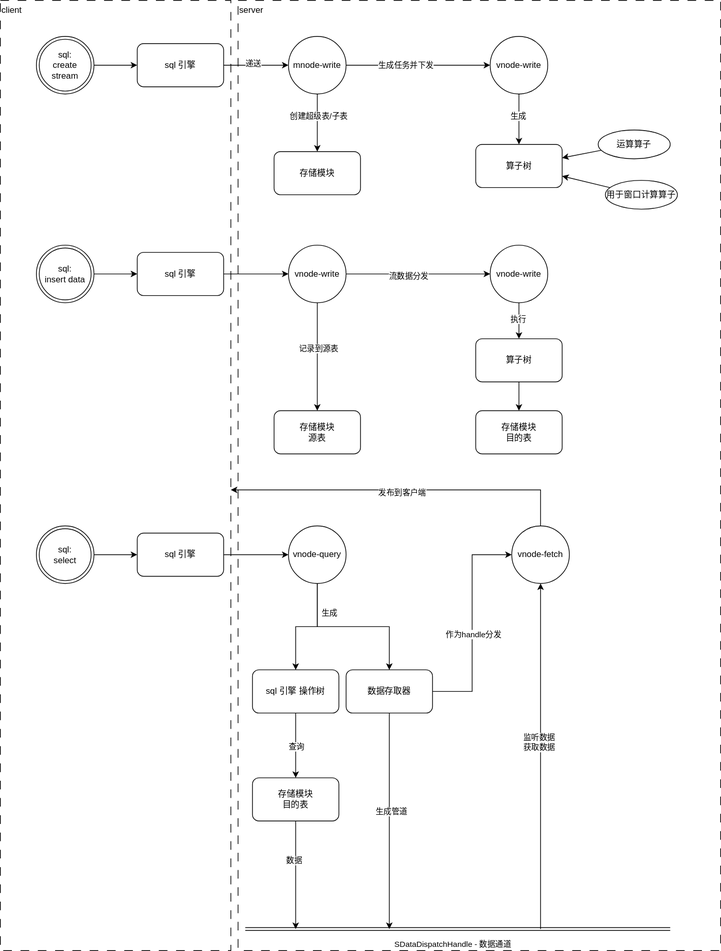
The draw.io diagram image/TDengine_stream_framework.drawio.svg in iTheds/itheds.github.io, before a commit. Source tidied: cells renumbered, new cells last; positions are measured from the earlier drawing's top-left corner, leaving out a move shared by most shapes.
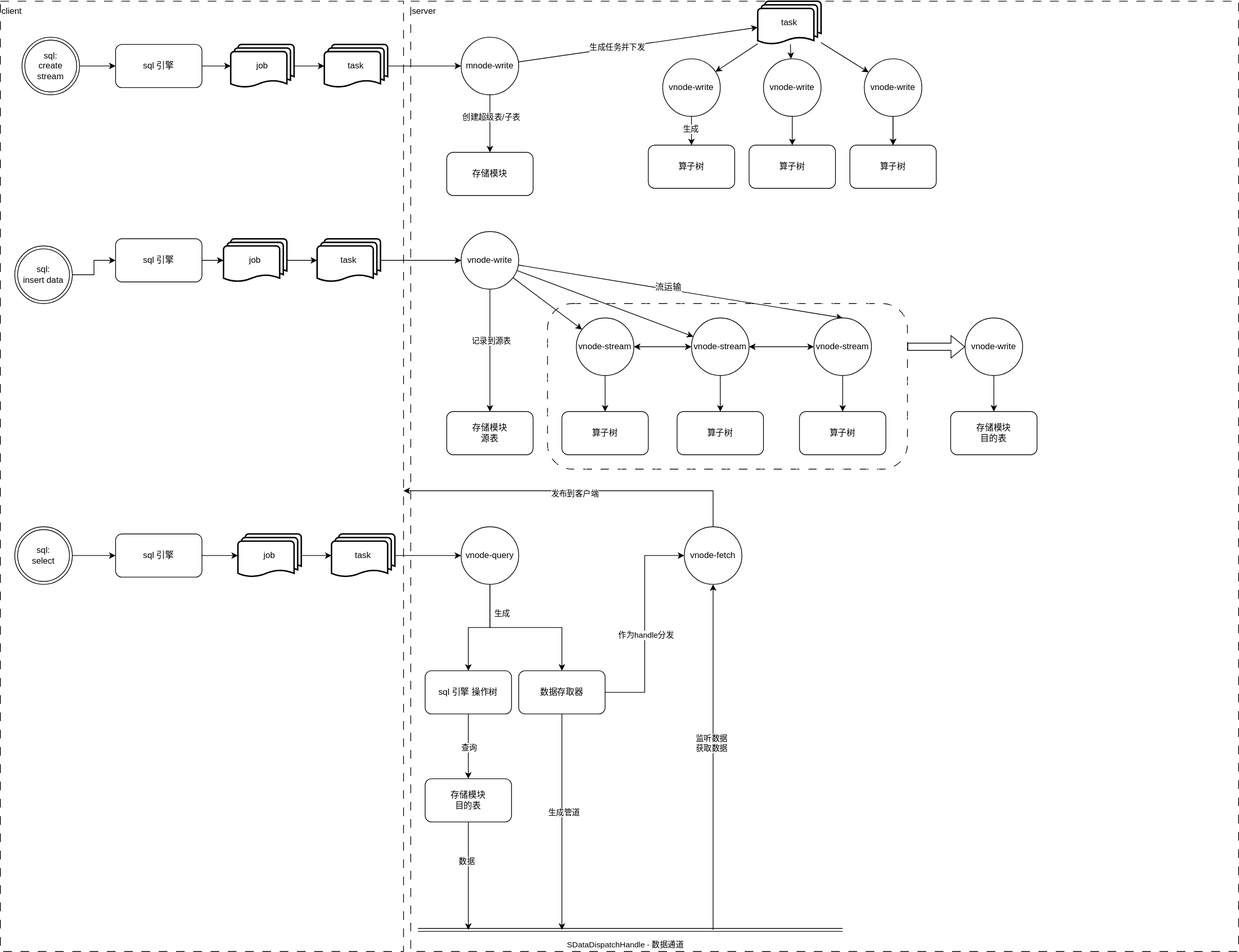
Above is the later version.

Commit message:
Update come from Debian-System-Work

Diff of the diagram source:
```diff
@@ -2,31 +2,29 @@
   <root>
     <mxCell id="0" />
     <mxCell id="1" parent="0" />
+    <mxCell id="65" style="rounded=1;whiteSpace=wrap;html=1;dashed=1;dashPattern=12 12;fillStyle=hatch;strokeColor=default;fontFamily=Helvetica;fontSize=12;fontColor=default;fillColor=default;" parent="1" vertex="1">
+      <mxGeometry x="520" y="420" width="500" height="230" as="geometry" />
+    </mxCell>
     <mxCell id="2" value="server" style="rounded=0;whiteSpace=wrap;html=1;dashed=1;dashPattern=12 12;fillStyle=hatch;align=left;verticalAlign=top;" parent="1" vertex="1">
-      <mxGeometry x="330" width="670" height="1320" as="geometry" />
+      <mxGeometry x="330" width="1150" height="1320" as="geometry" />
     </mxCell>
     <mxCell id="3" value="&lt;div&gt;client&lt;br&gt;&lt;/div&gt;" style="rounded=0;whiteSpace=wrap;html=1;dashed=1;dashPattern=12 12;fillStyle=hatch;align=left;verticalAlign=top;" parent="1" vertex="1">
-      <mxGeometry width="320" height="1320" as="geometry" />
+      <mxGeometry x="-240" width="560" height="1320" as="geometry" />
     </mxCell>
     <mxCell id="4" style="edgeStyle=orthogonalEdgeStyle;rounded=0;jettySize=auto;html=1;exitX=1;exitY=0.5;exitDx=0;exitDy=0;" parent="1" edge="1" source="5" target="9">
       <mxGeometry relative="1" as="geometry" />
     </mxCell>
     <mxCell id="5" value="sql:&lt;div&gt;create stream&lt;br&gt;&lt;/div&gt;" style="ellipse;shape=doubleEllipse;whiteSpace=wrap;html=1;" parent="1" vertex="1">
-      <mxGeometry x="50" y="50" width="80" height="80" as="geometry" />
+      <mxGeometry x="-210" y="50" width="80" height="80" as="geometry" />
     </mxCell>
     <mxCell id="6" value="算子树" style="rounded=1;whiteSpace=wrap;html=1;" parent="1" vertex="1">
       <mxGeometry x="660" y="200" width="120" height="60" as="geometry" />
     </mxCell>
-    <mxCell id="7" style="edgeStyle=orthogonalEdgeStyle;rounded=0;jettySize=auto;html=1;" parent="1" edge="1" source="9" target="21">
-      <mxGeometry relative="1" as="geometry" />
-    </mxCell>
-    <mxCell id="8" value="递送" style="edgeLabel;html=1;align=center;verticalAlign=middle;" parent="7" vertex="1">
-      <mxGeometry x="-0.31" y="3" relative="1" as="geometry">
-        <mxPoint x="9" as="offset" />
-      </mxGeometry>
-    </mxCell>
+    <mxCell id="66" style="edgeStyle=orthogonalEdgeStyle;rounded=0;jettySize=auto;html=1;fontFamily=Helvetica;fontSize=12;fontColor=default;" parent="1" edge="1" source="9" target="75">
+      <mxGeometry relative="1" as="geometry" />
+    </mxCell>
     <mxCell id="9" value="sql 引擎" style="rounded=1;whiteSpace=wrap;html=1;" parent="1" vertex="1">
-      <mxGeometry x="190" y="60" width="120" height="60" as="geometry" />
+      <mxGeometry x="-80" y="60" width="120" height="60" as="geometry" />
     </mxCell>
     <mxCell id="10" style="edgeStyle=orthogonalEdgeStyle;rounded=0;jettySize=auto;html=1;" parent="1" edge="1" source="12" target="6">
       <mxGeometry relative="1" as="geometry" />
@@ -35,21 +33,21 @@
       <mxGeometry x="-0.15" y="-2" relative="1" as="geometry" />
     </mxCell>
     <mxCell id="12" value="vnode-write" style="ellipse;whiteSpace=wrap;html=1;" parent="1" vertex="1">
-      <mxGeometry x="680" y="50" width="80" height="80" as="geometry" />
+      <mxGeometry x="680" y="80" width="80" height="80" as="geometry" />
     </mxCell>
     <mxCell id="13" style="edgeStyle=orthogonalEdgeStyle;rounded=0;jettySize=auto;html=1;" parent="1" edge="1" source="14" target="32">
       <mxGeometry relative="1" as="geometry" />
     </mxCell>
     <mxCell id="14" value="&lt;div&gt;sql:&lt;/div&gt;&lt;div&gt;insert data&lt;/div&gt;" style="ellipse;shape=doubleEllipse;whiteSpace=wrap;html=1;" parent="1" vertex="1">
-      <mxGeometry x="50" y="340" width="80" height="80" as="geometry" />
+      <mxGeometry x="-220" y="340" width="80" height="80" as="geometry" />
     </mxCell>
     <mxCell id="15" style="edgeStyle=orthogonalEdgeStyle;rounded=0;jettySize=auto;html=1;" parent="1" edge="1" source="16" target="39">
       <mxGeometry relative="1" as="geometry" />
     </mxCell>
     <mxCell id="16" value="&lt;div&gt;sql:&lt;/div&gt;&lt;div&gt;select&lt;/div&gt;" style="ellipse;shape=doubleEllipse;whiteSpace=wrap;html=1;" parent="1" vertex="1">
-      <mxGeometry x="50" y="730" width="80" height="80" as="geometry" />
+      <mxGeometry x="-220" y="730" width="80" height="80" as="geometry" />
     </mxCell>
-    <mxCell id="17" style="edgeStyle=orthogonalEdgeStyle;rounded=0;jettySize=auto;html=1;exitX=1;exitY=0.5;exitDx=0;exitDy=0;" parent="1" edge="1" source="21" target="12">
+    <mxCell id="17" style="rounded=0;jettySize=auto;html=1;" parent="1" edge="1" source="21" target="96">
       <mxGeometry relative="1" as="geometry" />
     </mxCell>
     <mxCell id="18" value="生成任务并下发" style="edgeLabel;html=1;align=center;verticalAlign=middle;" parent="17" vertex="1">
@@ -64,59 +62,47 @@
     <mxCell id="21" value="mnode-write" style="ellipse;whiteSpace=wrap;html=1;" parent="1" vertex="1">
       <mxGeometry x="400" y="50" width="80" height="80" as="geometry" />
     </mxCell>
-    <mxCell id="22" style="rounded=0;jettySize=auto;html=1;" parent="1" edge="1" source="23" target="6">
-      <mxGeometry relative="1" as="geometry" />
-    </mxCell>
-    <mxCell id="23" value="运算算子" style="ellipse;whiteSpace=wrap;html=1;align=center;" parent="1" vertex="1">
-      <mxGeometry x="830" y="180" width="100" height="40" as="geometry" />
-    </mxCell>
-    <mxCell id="24" style="rounded=0;jettySize=auto;html=1;" parent="1" edge="1" source="25" target="6">
-      <mxGeometry relative="1" as="geometry" />
-    </mxCell>
-    <mxCell id="25" value="用于窗口计算算子" style="ellipse;whiteSpace=wrap;html=1;align=center;" parent="1" vertex="1">
-      <mxGeometry x="840" y="250" width="100" height="40" as="geometry" />
-    </mxCell>
     <mxCell id="26" style="edgeStyle=orthogonalEdgeStyle;rounded=0;jettySize=auto;html=1;" parent="1" edge="1" source="30" target="61">
       <mxGeometry relative="1" as="geometry" />
     </mxCell>
     <mxCell id="27" value="记录到源表" style="edgeLabel;html=1;align=center;verticalAlign=middle;" parent="26" vertex="1">
       <mxGeometry x="-0.16" y="1" relative="1" as="geometry" />
     </mxCell>
-    <mxCell id="28" style="edgeStyle=orthogonalEdgeStyle;rounded=0;jettySize=auto;html=1;" parent="1" edge="1" source="30" target="35">
-      <mxGeometry relative="1" as="geometry" />
-    </mxCell>
-    <mxCell id="29" value="流数据分发" style="edgeLabel;html=1;align=center;verticalAlign=middle;" parent="28" vertex="1">
-      <mxGeometry x="-0.14" y="-2" relative="1" as="geometry" />
-    </mxCell>
+    <mxCell id="67" style="rounded=0;jettySize=auto;html=1;fontFamily=Helvetica;fontSize=12;fontColor=default;" parent="1" edge="1" source="30" target="98">
+      <mxGeometry relative="1" as="geometry" />
+    </mxCell>
+    <mxCell id="68" style="rounded=0;jettySize=auto;html=1;fontFamily=Helvetica;fontSize=12;fontColor=default;entryX=0.5;entryY=0;entryDx=0;entryDy=0;" parent="1" edge="1" source="30" target="103">
+      <mxGeometry relative="1" as="geometry" />
+    </mxCell>
+    <mxCell id="69" value="流运输" style="edgeLabel;html=1;align=center;verticalAlign=middle;fontSize=12;fontFamily=Helvetica;fontColor=default;" parent="68" vertex="1">
+      <mxGeometry x="-0.08" y="3" relative="1" as="geometry" />
+    </mxCell>
+    <mxCell id="70" style="rounded=0;jettySize=auto;html=1;fontFamily=Helvetica;fontSize=12;fontColor=default;" parent="1" edge="1" source="30" target="101">
+      <mxGeometry relative="1" as="geometry" />
+    </mxCell>
     <mxCell id="30" value="vnode-write" style="ellipse;whiteSpace=wrap;html=1;" parent="1" vertex="1">
-      <mxGeometry x="400" y="340" width="80" height="80" as="geometry" />
+      <mxGeometry x="400" y="320" width="80" height="80" as="geometry" />
     </mxCell>
-    <mxCell id="31" style="edgeStyle=orthogonalEdgeStyle;rounded=0;jettySize=auto;html=1;" parent="1" edge="1" source="32" target="30">
-      <mxGeometry relative="1" as="geometry" />
-    </mxCell>
+    <mxCell id="71" style="edgeStyle=orthogonalEdgeStyle;rounded=0;jettySize=auto;html=1;fontFamily=Helvetica;fontSize=12;fontColor=default;" parent="1" edge="1" source="32" target="79">
+      <mxGeometry relative="1" as="geometry" />
+    </mxCell>
     <mxCell id="32" value="sql 引擎" style="rounded=1;whiteSpace=wrap;html=1;" parent="1" vertex="1">
-      <mxGeometry x="190" y="350" width="120" height="60" as="geometry" />
+      <mxGeometry x="-80" y="330" width="120" height="60" as="geometry" />
     </mxCell>
-    <mxCell id="33" style="edgeStyle=orthogonalEdgeStyle;rounded=0;jettySize=auto;html=1;" parent="1" edge="1" source="35" target="37">
-      <mxGeometry relative="1" as="geometry" />
-    </mxCell>
-    <mxCell id="34" value="执行" style="edgeLabel;html=1;align=center;verticalAlign=middle;" parent="33" vertex="1">
-      <mxGeometry x="-0.13" y="-2" relative="1" as="geometry" />
-    </mxCell>
+    <mxCell id="72" style="edgeStyle=orthogonalEdgeStyle;rounded=0;jettySize=auto;html=1;fontFamily=Helvetica;fontSize=12;fontColor=default;" parent="1" edge="1" source="35" target="62">
+      <mxGeometry relative="1" as="geometry" />
+    </mxCell>
     <mxCell id="35" value="vnode-write" style="ellipse;whiteSpace=wrap;html=1;" parent="1" vertex="1">
-      <mxGeometry x="680" y="340" width="80" height="80" as="geometry" />
+      <mxGeometry x="1100" y="440" width="80" height="80" as="geometry" />
     </mxCell>
-    <mxCell id="36" style="edgeStyle=orthogonalEdgeStyle;rounded=0;jettySize=auto;html=1;" parent="1" edge="1" source="37" target="62">
-      <mxGeometry relative="1" as="geometry" />
-    </mxCell>
     <mxCell id="37" value="算子树" style="rounded=1;whiteSpace=wrap;html=1;" parent="1" vertex="1">
-      <mxGeometry x="660" y="470" width="120" height="60" as="geometry" />
+      <mxGeometry x="700" y="570" width="120" height="60" as="geometry" />
     </mxCell>
-    <mxCell id="38" style="edgeStyle=orthogonalEdgeStyle;rounded=0;jettySize=auto;html=1;" parent="1" edge="1" source="39" target="43">
-      <mxGeometry relative="1" as="geometry" />
-    </mxCell>
+    <mxCell id="73" style="edgeStyle=orthogonalEdgeStyle;rounded=0;jettySize=auto;html=1;fontFamily=Helvetica;fontSize=12;fontColor=default;" parent="1" edge="1" source="39" target="83">
+      <mxGeometry relative="1" as="geometry" />
+    </mxCell>
     <mxCell id="39" value="sql 引擎" style="rounded=1;whiteSpace=wrap;html=1;" parent="1" vertex="1">
-      <mxGeometry x="190" y="740" width="120" height="60" as="geometry" />
+      <mxGeometry x="-80" y="740" width="120" height="60" as="geometry" />
     </mxCell>
     <mxCell id="40" style="edgeStyle=orthogonalEdgeStyle;rounded=0;jettySize=auto;html=1;" parent="1" edge="1" source="43" target="46">
       <mxGeometry relative="1" as="geometry" />
@@ -206,7 +192,7 @@
       <mxGeometry x="380" y="570" width="120" height="60" as="geometry" />
     </mxCell>
     <mxCell id="62" value="&lt;div&gt;存储模块&lt;/div&gt;&lt;div&gt;目的表&lt;br&gt;&lt;/div&gt;" style="rounded=1;whiteSpace=wrap;html=1;" parent="1" vertex="1">
-      <mxGeometry x="660" y="570" width="120" height="60" as="geometry" />
+      <mxGeometry x="1080" y="570" width="120" height="60" as="geometry" />
     </mxCell>
     <mxCell id="63" value="&lt;div&gt;存储模块&lt;/div&gt;&lt;div&gt;目的表&lt;br&gt;&lt;/div&gt;" style="rounded=1;whiteSpace=wrap;html=1;" parent="1" vertex="1">
       <mxGeometry x="350" y="1080" width="120" height="60" as="geometry" />
@@ -214,5 +200,109 @@
     <mxCell id="64" value="&lt;div&gt;存储模块&lt;/div&gt;" style="rounded=1;whiteSpace=wrap;html=1;" parent="1" vertex="1">
       <mxGeometry x="380" y="210" width="120" height="60" as="geometry" />
     </mxCell>
+    <mxCell id="74" style="edgeStyle=orthogonalEdgeStyle;rounded=0;jettySize=auto;html=1;fontFamily=Helvetica;fontSize=12;fontColor=default;" parent="1" edge="1" source="75" target="77">
+      <mxGeometry relative="1" as="geometry" />
+    </mxCell>
+    <mxCell id="75" value="job" style="strokeWidth=2;html=1;shape=mxgraph.flowchart.multi-document;whiteSpace=wrap;" parent="1" vertex="1">
+      <mxGeometry x="80" y="60" width="88" height="60" as="geometry" />
+    </mxCell>
+    <mxCell id="76" style="edgeStyle=orthogonalEdgeStyle;rounded=0;jettySize=auto;html=1;fontFamily=Helvetica;fontSize=12;fontColor=default;" parent="1" edge="1" source="77" target="21">
+      <mxGeometry relative="1" as="geometry" />
+    </mxCell>
+    <mxCell id="77" value="task" style="strokeWidth=2;html=1;shape=mxgraph.flowchart.multi-document;whiteSpace=wrap;" parent="1" vertex="1">
+      <mxGeometry x="210" y="60" width="88" height="60" as="geometry" />
+    </mxCell>
+    <mxCell id="78" style="edgeStyle=orthogonalEdgeStyle;rounded=0;jettySize=auto;html=1;fontFamily=Helvetica;fontSize=12;fontColor=default;" parent="1" edge="1" source="79" target="81">
+      <mxGeometry relative="1" as="geometry" />
+    </mxCell>
+    <mxCell id="79" value="job" style="strokeWidth=2;html=1;shape=mxgraph.flowchart.multi-document;whiteSpace=wrap;" parent="1" vertex="1">
+      <mxGeometry x="70" y="330" width="88" height="60" as="geometry" />
+    </mxCell>
+    <mxCell id="80" style="edgeStyle=orthogonalEdgeStyle;rounded=0;jettySize=auto;html=1;fontFamily=Helvetica;fontSize=12;fontColor=default;" parent="1" edge="1" source="81" target="30">
+      <mxGeometry relative="1" as="geometry" />
+    </mxCell>
+    <mxCell id="81" value="task" style="strokeWidth=2;html=1;shape=mxgraph.flowchart.multi-document;whiteSpace=wrap;" parent="1" vertex="1">
+      <mxGeometry x="200" y="330" width="88" height="60" as="geometry" />
+    </mxCell>
+    <mxCell id="82" style="edgeStyle=orthogonalEdgeStyle;rounded=0;jettySize=auto;html=1;fontFamily=Helvetica;fontSize=12;fontColor=default;" parent="1" edge="1" source="83" target="85">
+      <mxGeometry relative="1" as="geometry" />
+    </mxCell>
+    <mxCell id="83" value="job" style="strokeWidth=2;html=1;shape=mxgraph.flowchart.multi-document;whiteSpace=wrap;" parent="1" vertex="1">
+      <mxGeometry x="90" y="740" width="88" height="60" as="geometry" />
+    </mxCell>
+    <mxCell id="84" style="edgeStyle=orthogonalEdgeStyle;rounded=0;jettySize=auto;html=1;fontFamily=Helvetica;fontSize=12;fontColor=default;" parent="1" edge="1" source="85" target="43">
+      <mxGeometry relative="1" as="geometry" />
+    </mxCell>
+    <mxCell id="85" value="task" style="strokeWidth=2;html=1;shape=mxgraph.flowchart.multi-document;whiteSpace=wrap;" parent="1" vertex="1">
+      <mxGeometry x="220" y="740" width="88" height="60" as="geometry" />
+    </mxCell>
+    <mxCell id="86" style="edgeStyle=orthogonalEdgeStyle;rounded=0;jettySize=auto;html=1;exitX=0.5;exitY=1;exitDx=0;exitDy=0;fontFamily=Helvetica;fontSize=12;fontColor=default;" parent="1" edge="1" source="87" target="88">
+      <mxGeometry relative="1" as="geometry" />
+    </mxCell>
+    <mxCell id="87" value="vnode-write" style="ellipse;whiteSpace=wrap;html=1;" parent="1" vertex="1">
+      <mxGeometry x="820" y="80" width="80" height="80" as="geometry" />
+    </mxCell>
+    <mxCell id="88" value="算子树" style="rounded=1;whiteSpace=wrap;html=1;" parent="1" vertex="1">
+      <mxGeometry x="800" y="200" width="120" height="60" as="geometry" />
+    </mxCell>
+    <mxCell id="89" style="edgeStyle=orthogonalEdgeStyle;rounded=0;jettySize=auto;html=1;exitX=0.5;exitY=1;exitDx=0;exitDy=0;fontFamily=Helvetica;fontSize=12;fontColor=default;" parent="1" edge="1" source="91" target="92">
+      <mxGeometry relative="1" as="geometry" />
+    </mxCell>
+    <mxCell id="90" style="edgeStyle=orthogonalEdgeStyle;rounded=0;jettySize=auto;html=1;fontFamily=Helvetica;fontSize=12;fontColor=default;" parent="1" edge="1" source="91" target="92">
+      <mxGeometry relative="1" as="geometry" />
+    </mxCell>
+    <mxCell id="91" value="vnode-write" style="ellipse;whiteSpace=wrap;html=1;" parent="1" vertex="1">
+      <mxGeometry x="960" y="80" width="80" height="80" as="geometry" />
+    </mxCell>
+    <mxCell id="92" value="算子树" style="rounded=1;whiteSpace=wrap;html=1;" parent="1" vertex="1">
+      <mxGeometry x="940" y="200" width="120" height="60" as="geometry" />
+    </mxCell>
+    <mxCell id="93" style="rounded=0;jettySize=auto;html=1;fontFamily=Helvetica;fontSize=12;fontColor=default;" parent="1" edge="1" source="96" target="12">
+      <mxGeometry relative="1" as="geometry" />
+    </mxCell>
+    <mxCell id="94" style="rounded=0;jettySize=auto;html=1;fontFamily=Helvetica;fontSize=12;fontColor=default;" parent="1" edge="1" source="96" target="87">
+      <mxGeometry relative="1" as="geometry" />
+    </mxCell>
+    <mxCell id="95" style="rounded=0;jettySize=auto;html=1;fontFamily=Helvetica;fontSize=12;fontColor=default;" parent="1" edge="1" source="96" target="91">
+      <mxGeometry relative="1" as="geometry" />
+    </mxCell>
+    <mxCell id="96" value="task" style="strokeWidth=2;html=1;shape=mxgraph.flowchart.multi-document;whiteSpace=wrap;" parent="1" vertex="1">
+      <mxGeometry x="812" width="88" height="60" as="geometry" />
+    </mxCell>
+    <mxCell id="97" style="edgeStyle=orthogonalEdgeStyle;rounded=0;jettySize=auto;html=1;fontFamily=Helvetica;fontSize=12;fontColor=default;" parent="1" edge="1" source="98" target="99">
+      <mxGeometry relative="1" as="geometry" />
+    </mxCell>
+    <mxCell id="98" value="vnode-stream" style="ellipse;whiteSpace=wrap;html=1;" parent="1" vertex="1">
+      <mxGeometry x="560" y="440" width="80" height="80" as="geometry" />
+    </mxCell>
+    <mxCell id="99" value="算子树" style="rounded=1;whiteSpace=wrap;html=1;" parent="1" vertex="1">
+      <mxGeometry x="540" y="570" width="120" height="60" as="geometry" />
+    </mxCell>
+    <mxCell id="100" style="edgeStyle=orthogonalEdgeStyle;rounded=0;jettySize=auto;html=1;fontFamily=Helvetica;fontSize=12;fontColor=default;" parent="1" edge="1" source="101" target="37">
+      <mxGeometry relative="1" as="geometry" />
+    </mxCell>
+    <mxCell id="101" value="vnode-stream" style="ellipse;whiteSpace=wrap;html=1;" parent="1" vertex="1">
+      <mxGeometry x="720" y="440" width="80" height="80" as="geometry" />
+    </mxCell>
+    <mxCell id="102" style="edgeStyle=orthogonalEdgeStyle;rounded=0;jettySize=auto;html=1;fontFamily=Helvetica;fontSize=12;fontColor=default;" parent="1" edge="1" source="103" target="104">
+      <mxGeometry relative="1" as="geometry" />
+    </mxCell>
+    <mxCell id="103" value="vnode-stream" style="ellipse;whiteSpace=wrap;html=1;" parent="1" vertex="1">
+      <mxGeometry x="890" y="440" width="80" height="80" as="geometry" />
+    </mxCell>
+    <mxCell id="104" value="算子树" style="rounded=1;whiteSpace=wrap;html=1;" parent="1" vertex="1">
+      <mxGeometry x="870" y="570" width="120" height="60" as="geometry" />
+    </mxCell>
+    <mxCell id="105" style="shape=flexArrow;endArrow=classic;html=1;rounded=0;fontFamily=Helvetica;fontSize=12;fontColor=default;" parent="1" edge="1" target="35">
+      <mxGeometry relative="1" as="geometry">
+        <mxPoint x="1020" y="480" as="sourcePoint" />
+      </mxGeometry>
+    </mxCell>
+    <mxCell id="106" style="endArrow=classic;startArrow=classic;html=1;rounded=0;fontFamily=Helvetica;fontSize=12;fontColor=default;" parent="1" edge="1" source="98" target="101">
+      <mxGeometry relative="1" as="geometry" />
+    </mxCell>
+    <mxCell id="107" style="endArrow=classic;startArrow=classic;html=1;rounded=0;fontFamily=Helvetica;fontSize=12;fontColor=default;" parent="1" edge="1" source="101" target="103">
+      <mxGeometry relative="1" as="geometry" />
+    </mxCell>
   </root>
 </mxGraphModel>
```
